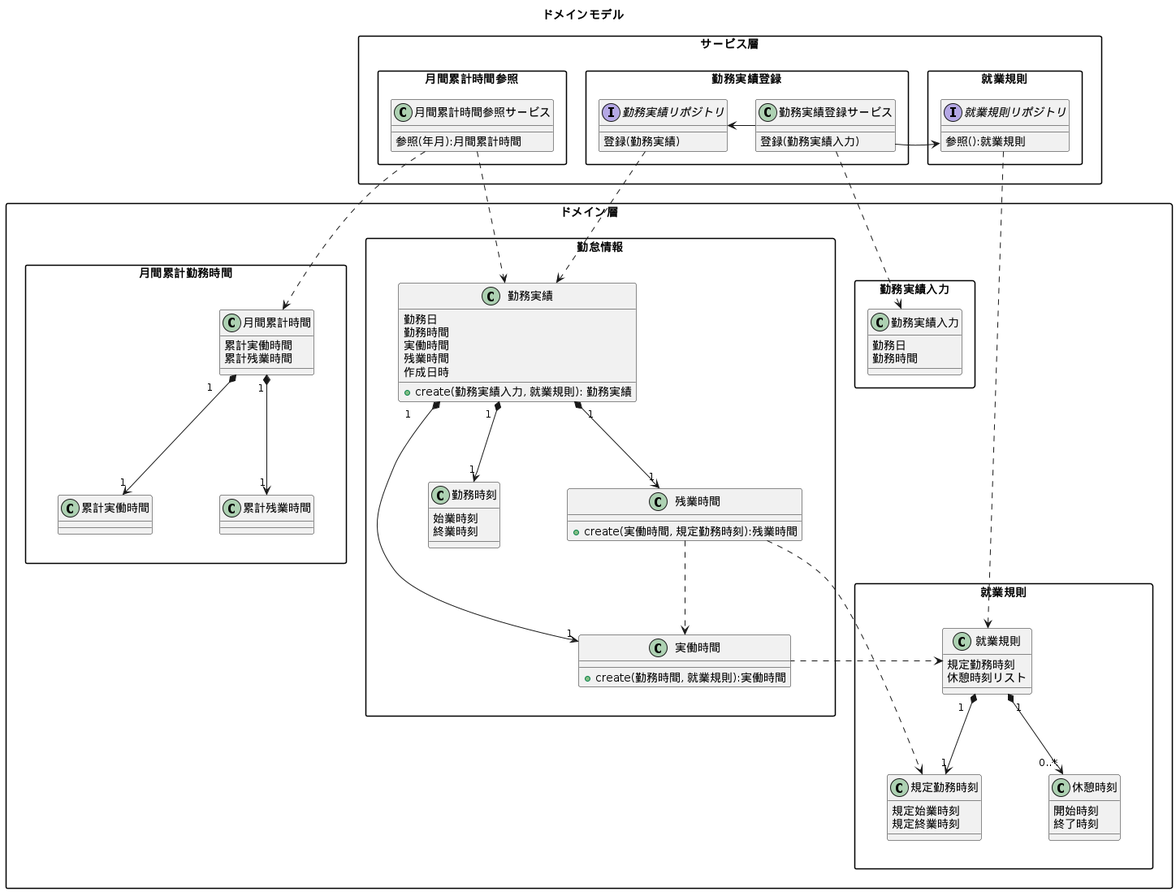
Before: etc/design/domainmodel/kintai.png, a diagram exported from PlantUML (biglobe-isp/kintai).
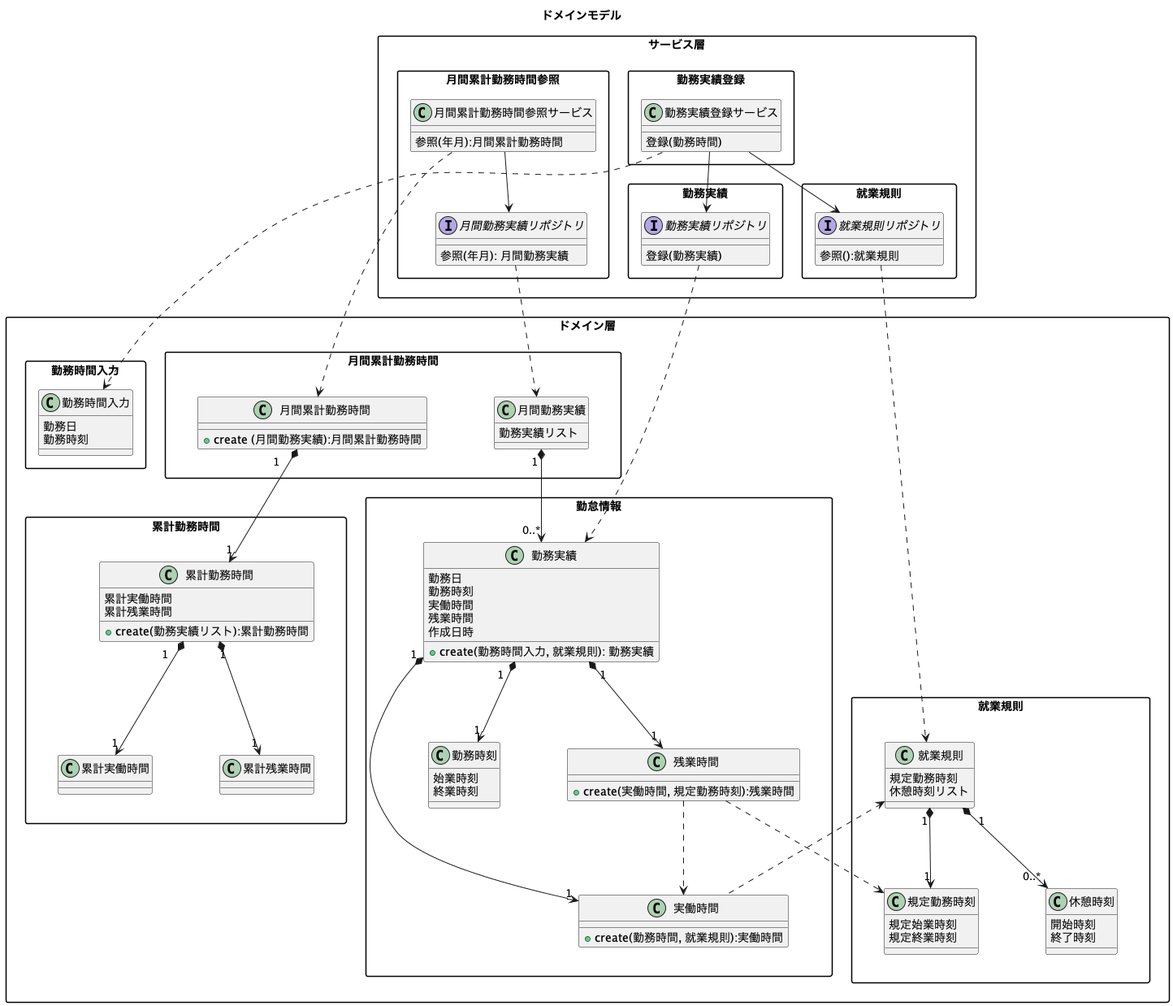
After the commit.

Commit message:
Update domain model at June 5

What changed in the source:
```diff
@@ -4,14 +4,14 @@
 
 
 package サービス層 {
+  package 勤務実績 as サービス_勤務実績 {
+    interface 勤務実績リポジトリ {
+      登録(勤務実績)
+    }
+  }
   package 勤務実績登録 {
     class 勤務実績登録サービス {
-      登録(勤務実績入力)
-    }
-
-
-    interface 勤務実績リポジトリ {
-      登録(勤務実績)
+      登録(勤務時間)
     }
   }
 
@@ -21,9 +21,13 @@
     }
   }
 
-  package 月間累計時間参照 {
-    class 月間累計時間参照サービス {
-      参照(年月):月間累計時間
+  package 月間累計勤務時間参照 {
+    class 月間累計勤務時間参照サービス {
+      参照(年月):月間累計勤務時間
+    }
+
+    interface 月間勤務実績リポジトリ {
+      参照(年月): 月間勤務実績
     }
   }
 }
@@ -36,18 +40,13 @@
       終業時刻
     }
 
-
-
     class 勤務実績 {
       勤務日
-      勤務時間
+      勤務時刻
       実働時間
       残業時間
       作成日時
-    }
-
-    class 勤務実績 {
-      + create(勤務実績入力, 就業規則): 勤務実績
+      + create(勤務時間入力, 就業規則): 勤務実績
     }
 
     class 実働時間 {
@@ -81,42 +80,57 @@
 
   }
 
-  package 勤務実績入力 {
-    class 勤務実績入力 {
+  package 勤務時間入力 {
+    class 勤務時間入力 {
       勤務日
-      勤務時間
+      勤務時刻
     }
   }
 
-  package 月間累計勤務時間{
+  package 累計勤務時間{
 
-    class 月間累計時間 {
+    class 累計勤務時間 {
       累計実働時間
       累計残業時間
+      + create(勤務実績リスト):累計勤務時間
     }
 
     class 累計実働時間 {}
     class 累計残業時間 {}
   }
 
+  package 月間累計勤務時間{
+    class 月間累計勤務時間 {
+      + create (月間勤務実績):月間累計勤務時間
+    }
+
+    class 月間勤務実績 {
+      勤務実績リスト
+    }
+  }
+
 }
 
 
-勤務実績登録サービス ..> 勤務実績入力
-勤務実績登録サービス -> 勤務実績リポジトリ
+勤務実績登録サービス ..> 勤務時間入力
+勤務実績登録サービス --> 勤務実績リポジトリ
 勤務実績リポジトリ ..> 勤務実績
 
-勤務実績登録サービス -> 就業規則リポジトリ
+勤務実績登録サービス --> 就業規則リポジトリ
 就業規則リポジトリ ..> 就業規則
 
 勤務実績 "1" *--> "1" 実働時間
 勤務実績 "1" *--> "1" 残業時間
 勤務実績 "1" *--> "1" 勤務時刻
 
-月間累計時間参照サービス ..> 月間累計時間
-月間累計時間参照サービス ..> 勤務実績
-月間累計時間 "1" *--> "1" 累計実働時間
-月間累計時間 "1" *--> "1" 累計残業時間
+月間累計勤務時間参照サービス ..> 月間累計勤務時間
+月間勤務実績リポジトリ ..> 月間勤務実績
+月間累計勤務時間参照サービス --> 月間勤務実績リポジトリ
+累計勤務時間 "1" *--> "1" 累計実働時間
+累計勤務時間 "1" *--> "1" 累計残業時間
+
+月間累計勤務時間 "1" *--> "1" 累計勤務時間
+月間勤務実績 "1" *--> "0..*" 勤務実績
 
 就業規則 "1" *--> "0..*" 休憩時刻
 就業規則 "1" *--> "1" 規定勤務時刻
```
